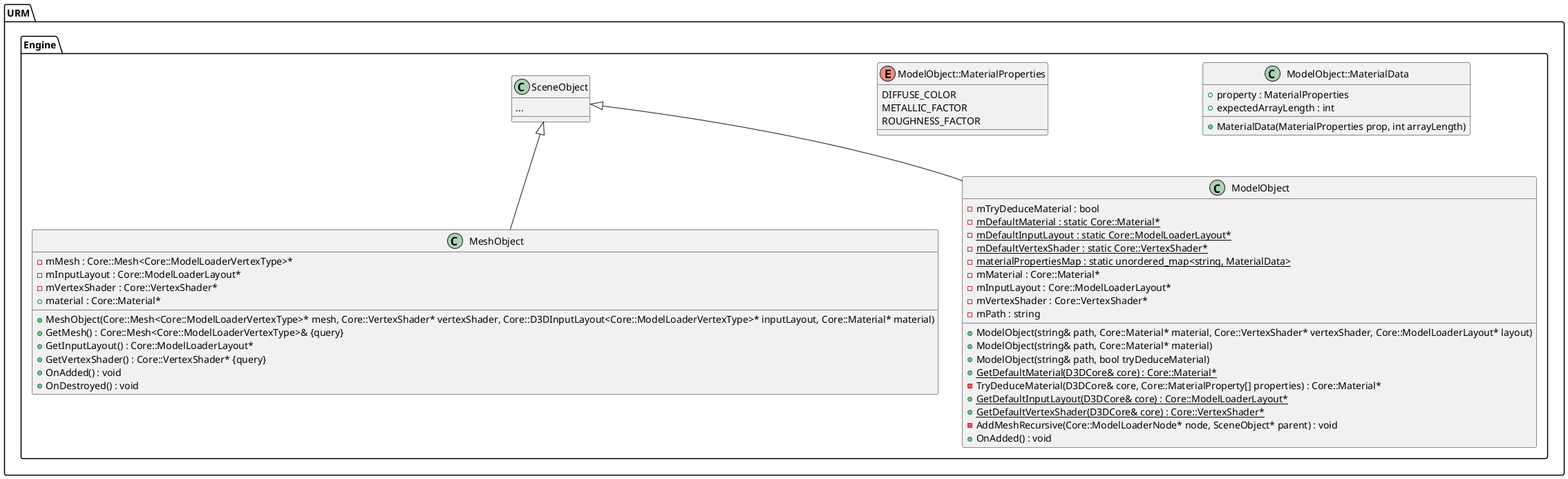
Above: Latex/images/UML/sceneobjects_model.png in MinikPLayer/MasterThesis_UniversalRenderingModule_D3D11 (PlantUML), before the change.
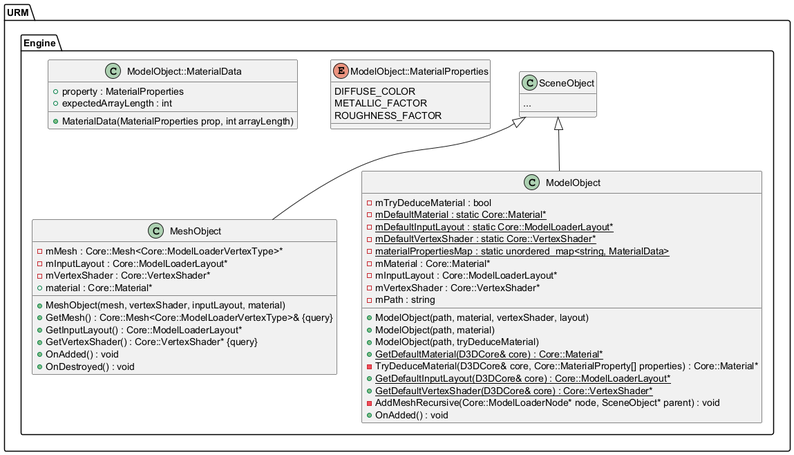
The same file after the commit.

What changed in the source:
```diff
@@ -9,7 +9,7 @@
 namespace URM {
 	namespace Engine {
 		class MeshObject {
-			+MeshObject(Core::Mesh<Core::ModelLoaderVertexType>* mesh, Core::VertexShader* vertexShader, Core::D3DInputLayout<Core::ModelLoaderVertexType>* inputLayout, Core::Material* material)
+			+MeshObject(mesh, vertexShader, inputLayout, material)
 			+GetMesh() : Core::Mesh<Core::ModelLoaderVertexType>& {query}
 			-mMesh : Core::Mesh<Core::ModelLoaderVertexType>*
 			+GetInputLayout() : Core::ModelLoaderLayout*
@@ -22,9 +22,9 @@
 		}
 
 		class ModelObject {
-			+ModelObject(string& path, Core::Material* material, Core::VertexShader* vertexShader, Core::ModelLoaderLayout* layout)
-			+ModelObject(string& path, Core::Material* material)
-			+ModelObject(string& path, bool tryDeduceMaterial)
+			+ModelObject(path, material, vertexShader, layout)
+			+ModelObject(path, material)
+			+ModelObject(path, tryDeduceMaterial)
 			-mTryDeduceMaterial : bool
 			-{static} mDefaultMaterial : static Core::Material*
 			-{static} mDefaultInputLayout : static Core::ModelLoaderLayout*
```
